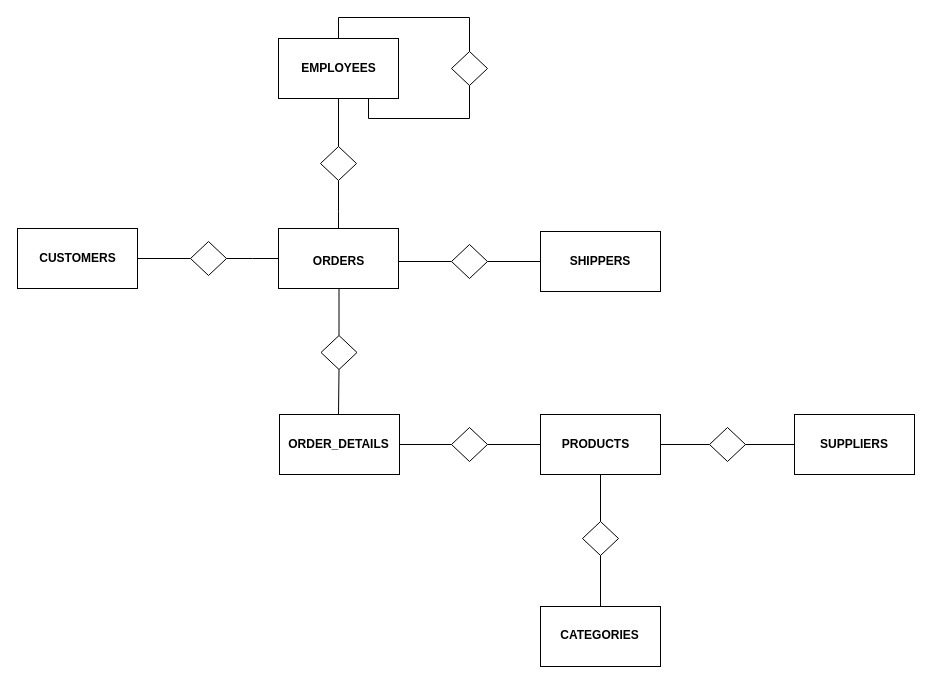
Before: er_scheme.drawio in davideticchiarelli01/DWH-challenge, a draw.io diagram. Source tidied: cells renumbered, new cells numbered last; positions are measured from the earlier drawing's top-left corner, leaving out a move shared by most shapes. Both pictures are drawn from the tidied source at 100%, with x=0, y=0 at pixel (17, 17).
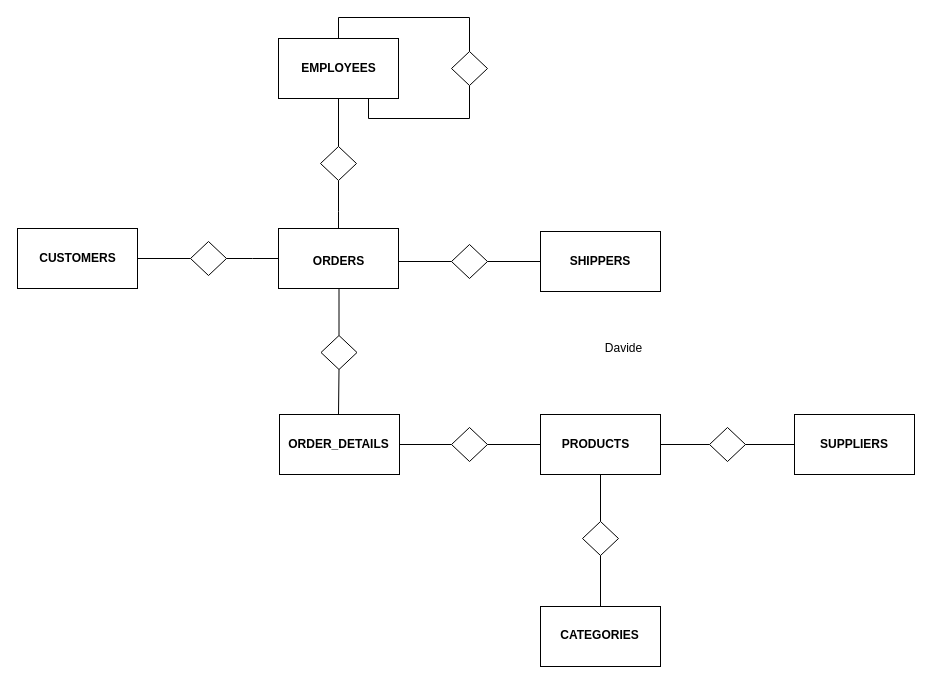
The same page after the edit.

Diff of the diagram source:
```diff
@@
+    <mxCell id="42" value="Davide" style="text;html=1;align=center;verticalAlign=middle;whiteSpace=wrap;rounded=0;" parent="1" vertex="1">
+      <mxGeometry x="474" y="316" width="265" height="30" as="geometry" />
+    </mxCell>
```
